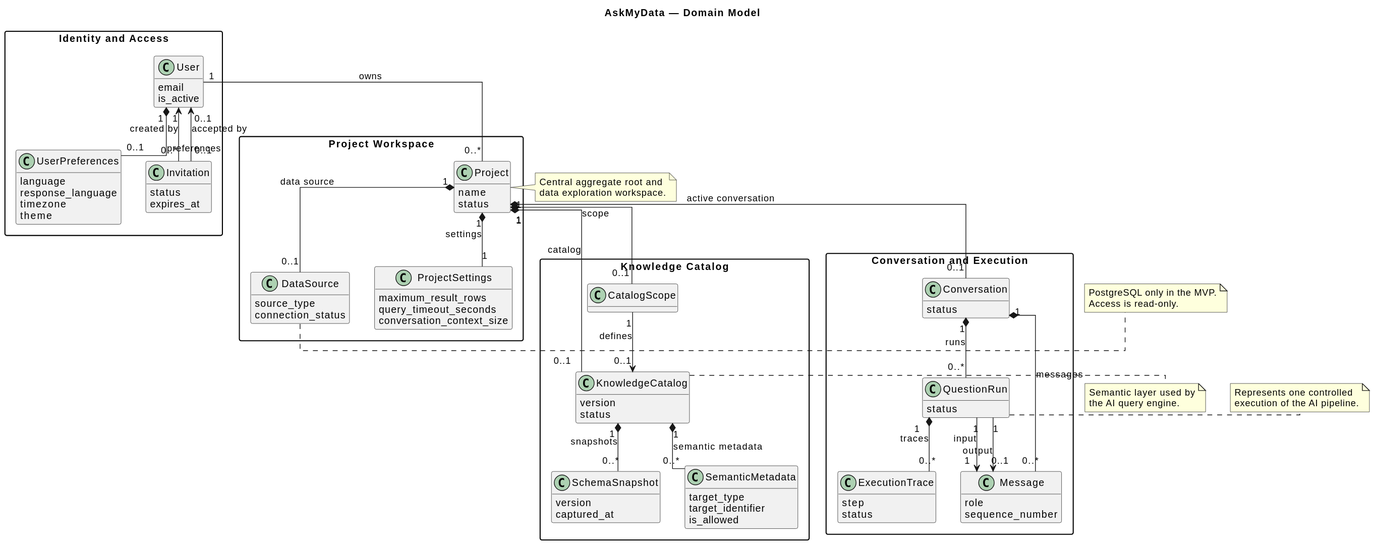
MarinePernici/askmydata keeps this PlantUML diagram as docs/diagrams/generated/AskMyData_Domain_Model.svg. Above is the earlier version. Its diagram source:
```plantuml
@startuml
title AskMyData — Domain Model

hide methods
hide stereotypes

skinparam classAttributeIconSize 0
skinparam linetype ortho
skinparam packageStyle rectangle

package "Identity and Access" {

  class User {
    email
    is_active
  }

  class UserPreferences {
    language
    response_language
    timezone
    theme
  }

  class Invitation {
    status
    expires_at
  }
}

package "Project Workspace" {

  class Project {
    name
    status
  }

  class ProjectSettings {
    maximum_result_rows
    query_timeout_seconds
    conversation_context_size
  }

  class DataSource {
    source_type
    connection_status
  }
}

package "Knowledge Catalog" {

  class CatalogScope

  class KnowledgeCatalog {
    version
    status
  }

  class SchemaSnapshot {
    version
    captured_at
  }

  class SemanticMetadata {
    target_type
    target_identifier
    is_allowed
  }
}

package "Conversation and Execution" {

  class Conversation {
    status
  }

  class Message {
    role
    sequence_number
  }

  class QuestionRun {
    status
  }

  class ExecutionTrace {
    step
    status
  }
}

User "1" *-- "0..1" UserPreferences : preferences
User "1" -- "0..*" Project : owns

User "1" <-- "0..*" Invitation : created by
Invitation "0..1" --> "0..1" User : accepted by

Project "1" *-- "1" ProjectSettings : settings
Project "1" *-- "0..1" DataSource : data source
Project "1" *-- "0..1" CatalogScope : scope
Project "1" *-- "0..1" KnowledgeCatalog : catalog
Project "1" *-- "0..1" Conversation : active conversation

CatalogScope "1" --> "0..1" KnowledgeCatalog : defines

KnowledgeCatalog "1" *-- "0..*" SchemaSnapshot : snapshots
KnowledgeCatalog "1" *-- "0..*" SemanticMetadata : semantic metadata

Conversation "1" *-- "0..*" Message : messages
Conversation "1" *-- "0..*" QuestionRun : runs

QuestionRun "1" --> "1" Message : input
QuestionRun "1" --> "0..1" Message : output
QuestionRun "1" *-- "0..*" ExecutionTrace : traces

note right of Project
  Central aggregate root and
  data exploration workspace.
end note

note right of DataSource
  PostgreSQL only in the MVP.
  Access is read-only.
end note

note right of KnowledgeCatalog
  Semantic layer used by
  the AI query engine.
end note

note right of QuestionRun
  Represents one controlled
  execution of the AI pipeline.
end note
@enduml
```
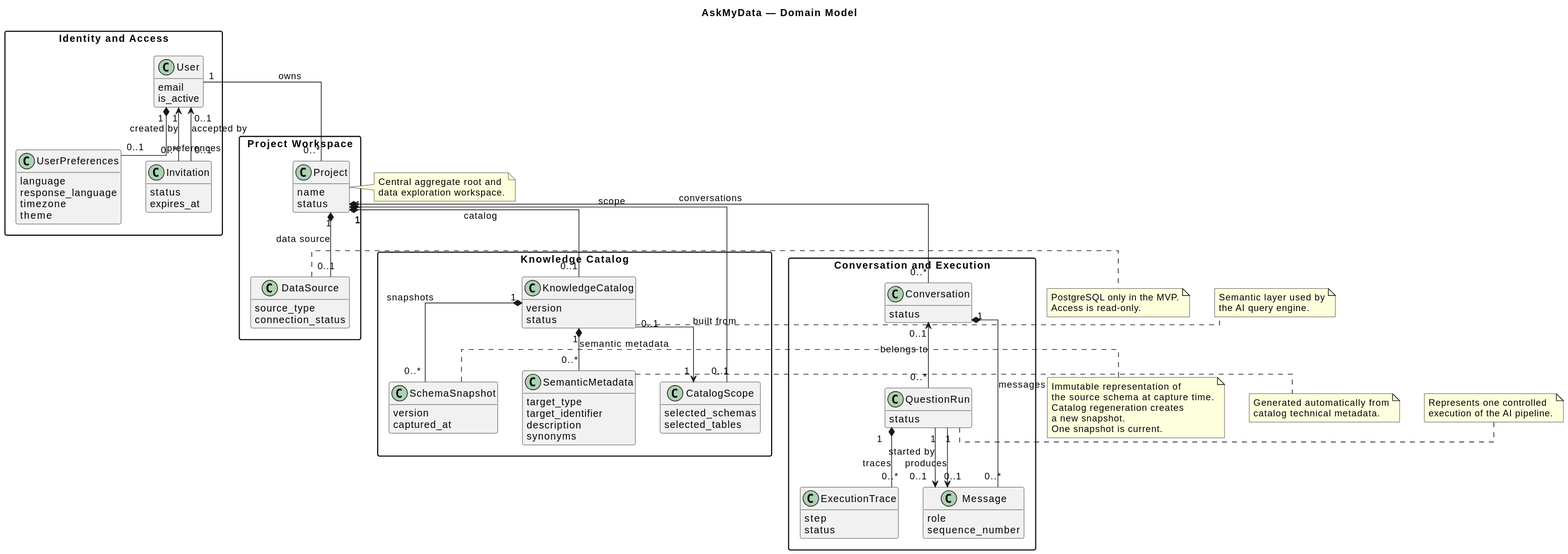
The same diagram one commit later.

Diff of the diagram source:
```diff
@@ -35,12 +35,6 @@
     status
   }
 
-  class ProjectSettings {
-    maximum_result_rows
-    query_timeout_seconds
-    conversation_context_size
-  }
-
   class DataSource {
     source_type
     connection_status
@@ -49,7 +43,10 @@
 
 package "Knowledge Catalog" {
 
-  class CatalogScope
+  class CatalogScope {
+    selected_schemas
+    selected_tables
+  }
 
   class KnowledgeCatalog {
     version
@@ -64,7 +61,8 @@
   class SemanticMetadata {
     target_type
     target_identifier
-    is_allowed
+    description
+    synonyms
   }
 }
 
@@ -95,22 +93,21 @@
 User "1" <-- "0..*" Invitation : created by
 Invitation "0..1" --> "0..1" User : accepted by
 
-Project "1" *-- "1" ProjectSettings : settings
 Project "1" *-- "0..1" DataSource : data source
 Project "1" *-- "0..1" CatalogScope : scope
 Project "1" *-- "0..1" KnowledgeCatalog : catalog
-Project "1" *-- "0..1" Conversation : active conversation
+Project "1" *-- "0..*" Conversation : conversations
 
-CatalogScope "1" --> "0..1" KnowledgeCatalog : defines
+KnowledgeCatalog "0..1" --> "1" CatalogScope : built from
 
 KnowledgeCatalog "1" *-- "0..*" SchemaSnapshot : snapshots
 KnowledgeCatalog "1" *-- "0..*" SemanticMetadata : semantic metadata
 
 Conversation "1" *-- "0..*" Message : messages
-Conversation "1" *-- "0..*" QuestionRun : runs
+Conversation "0..1" <-- "0..*" QuestionRun : belongs to
 
-QuestionRun "1" --> "1" Message : input
-QuestionRun "1" --> "0..1" Message : output
+QuestionRun "1" --> "0..1" Message : started by
+QuestionRun "1" --> "0..1" Message : produces
 QuestionRun "1" *-- "0..*" ExecutionTrace : traces
 
 note right of Project
@@ -128,6 +125,19 @@
   the AI query engine.
 end note
 
+note right of SchemaSnapshot
+  Immutable representation of
+  the source schema at capture time.
+  Catalog regeneration creates
+  a new snapshot.
+  One snapshot is current.
+end note
+
+note right of SemanticMetadata
+  Generated automatically from
+  catalog technical metadata.
+end note
+
 note right of QuestionRun
   Represents one controlled
   execution of the AI pipeline.
```
